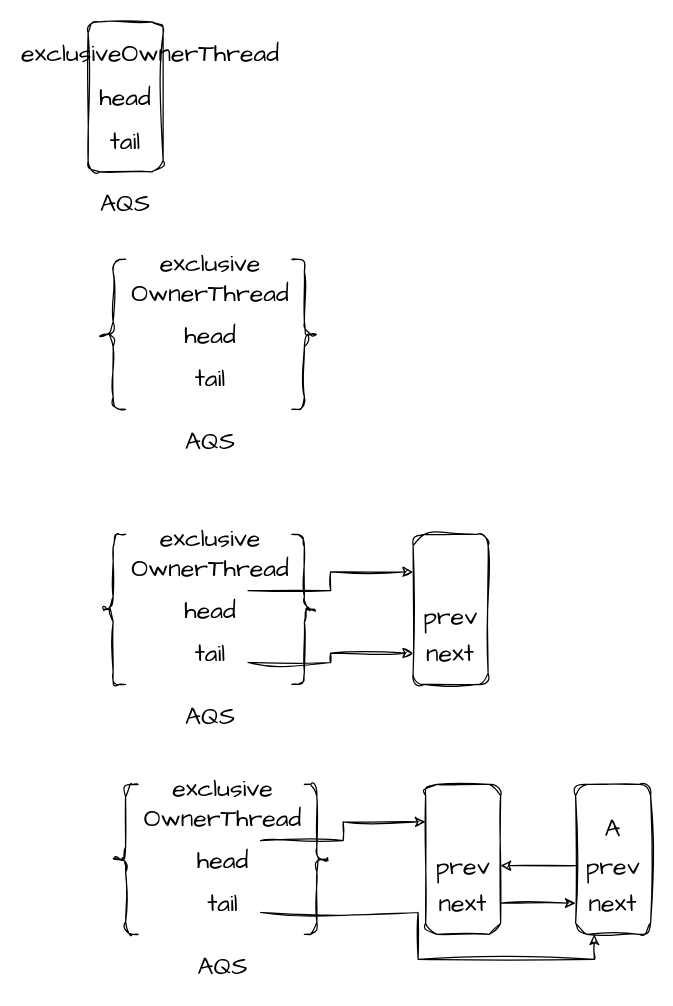
This is imgs/未命名绘图.drawio from Ran968777/images, a draw.io file, before an edit. Source tidied: cells renumbered, new cells numbered last; positions are measured from the earlier drawing's top-left corner, leaving out a move shared by most shapes. Both pictures are drawn from the tidied source at 125%, with x=0, y=0 at pixel (88, 21).
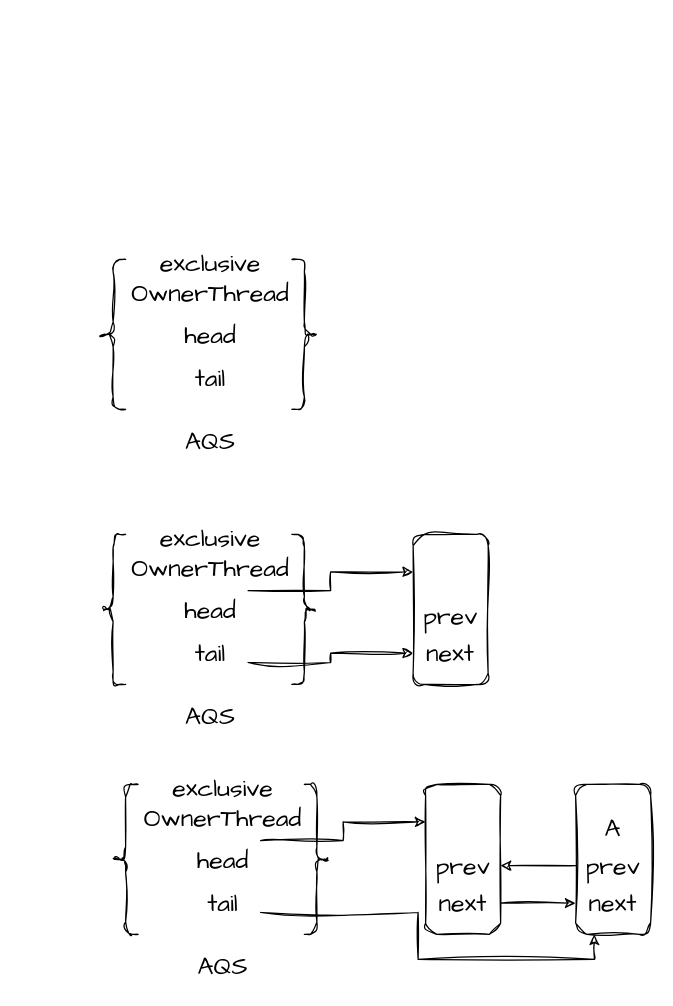
The same diagram, later.

Change to the diagram source:
```diff
@@
-    <mxCell id="2" style="group;" parent="1" vertex="1">
-      <mxGeometry width="80" height="160" as="geometry" />
-    </mxCell>
-    <mxCell id="3" style="rounded=1;whiteSpace=wrap;html=1;sketch=1;hachureGap=4;jiggle=2;curveFitting=1;fontFamily=Architects Daughter;fontSize=20;direction=south;" parent="2" vertex="1">
-      <mxGeometry width="60" height="120" as="geometry" />
-    </mxCell>
-    <mxCell id="4" value="AQS" style="text;html=1;strokeColor=none;fillColor=none;align=center;verticalAlign=middle;whiteSpace=wrap;rounded=0;fontSize=20;fontFamily=Architects Daughter;" parent="2" vertex="1">
-      <mxGeometry y="130" width="60" height="30" as="geometry" />
-    </mxCell>
-    <mxCell id="5" value="exclusiveOwnerThread" style="text;html=1;strokeColor=none;fillColor=none;align=center;verticalAlign=middle;whiteSpace=wrap;rounded=0;fontSize=20;fontFamily=Architects Daughter;" parent="2" vertex="1">
-      <mxGeometry x="20" y="10" width="60" height="30" as="geometry" />
-    </mxCell>
-    <mxCell id="6" value="head" style="text;html=1;strokeColor=none;fillColor=none;align=center;verticalAlign=middle;whiteSpace=wrap;rounded=0;fontSize=20;fontFamily=Architects Daughter;" parent="2" vertex="1">
-      <mxGeometry y="45" width="60" height="30" as="geometry" />
-    </mxCell>
-    <mxCell id="7" value="tail" style="text;html=1;strokeColor=none;fillColor=none;align=center;verticalAlign=middle;whiteSpace=wrap;rounded=0;fontSize=20;fontFamily=Architects Daughter;" parent="2" vertex="1">
-      <mxGeometry y="80" width="60" height="30" as="geometry" />
-    </mxCell>
```
